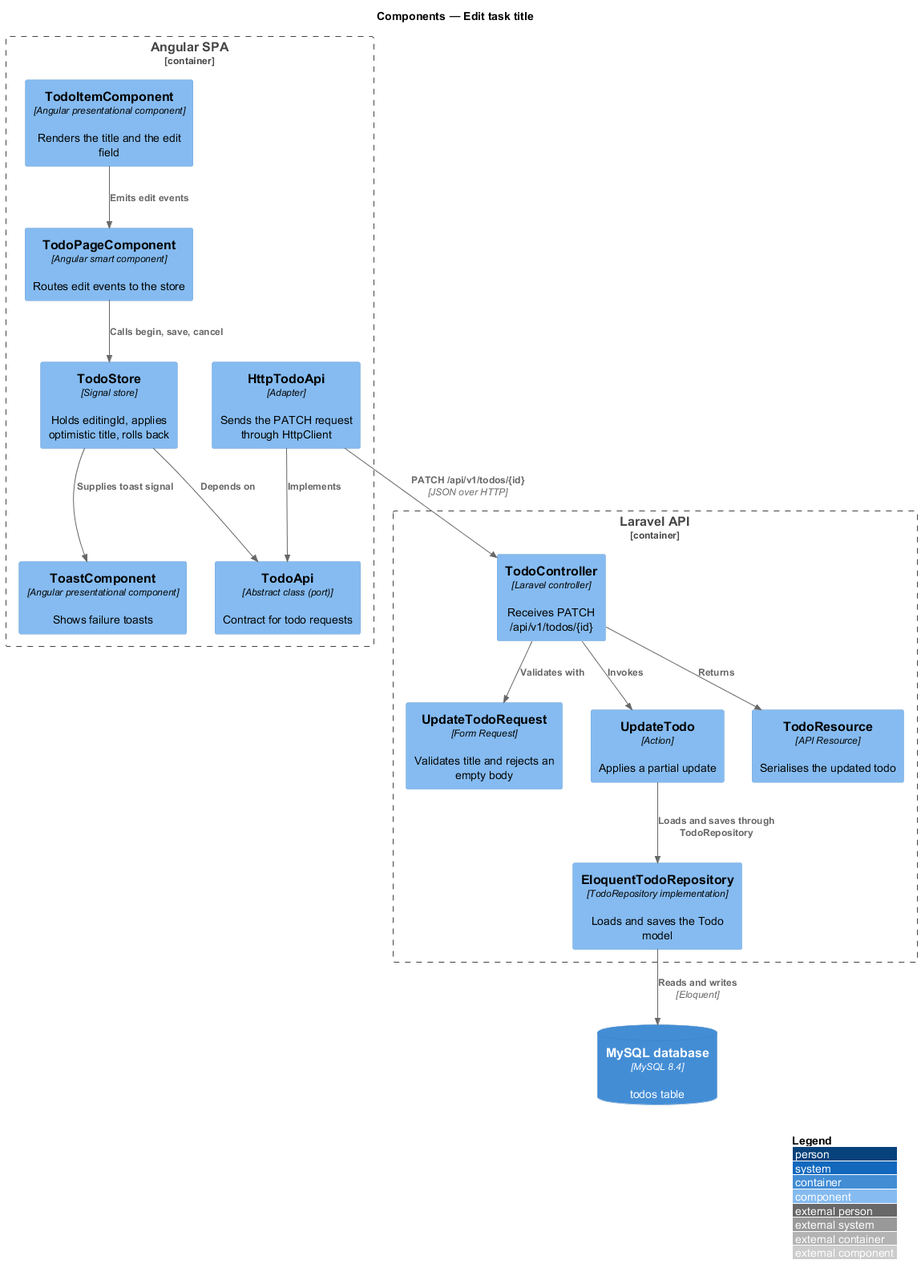
This is docs/detailed-designs/task-editing/edit-task-title/diagrams/c4-component.png from QuinntyneBrown/php-todo-lab, a PlantUML export, as it was before one commit.
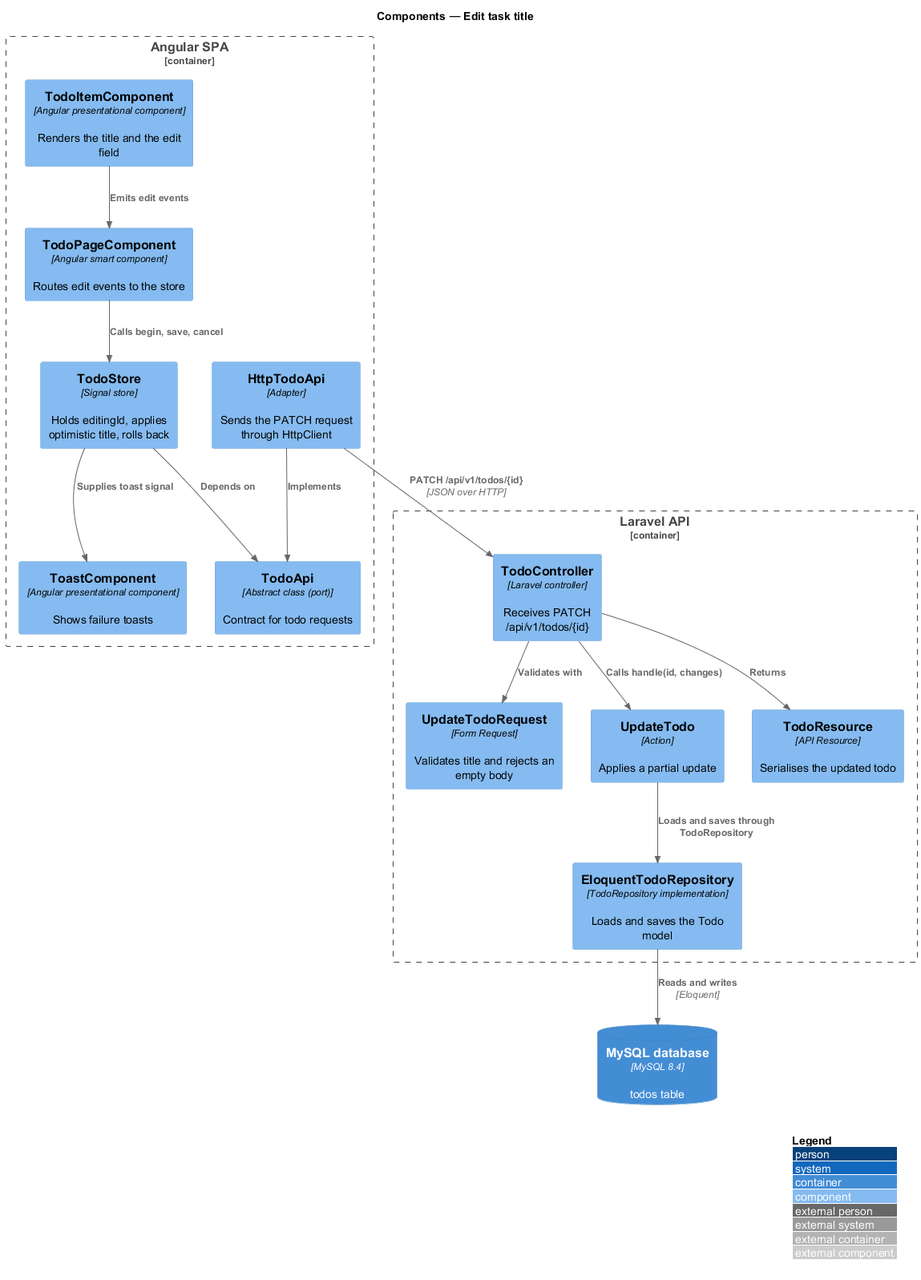
The same file after the commit.

What changed in the source:
```diff
@@ -27,7 +27,7 @@
 Rel(http, port, "Implements")
 Rel(http, ctrl, "PATCH /api/v1/todos/{id}", "JSON over HTTP")
 Rel(ctrl, req, "Validates with")
-Rel(ctrl, action, "Invokes")
+Rel(ctrl, action, "Calls handle(id, changes)")
 Rel(action, repo, "Loads and saves through TodoRepository")
 Rel(ctrl, res, "Returns")
 Rel(repo, db, "Reads and writes", "Eloquent")
```
